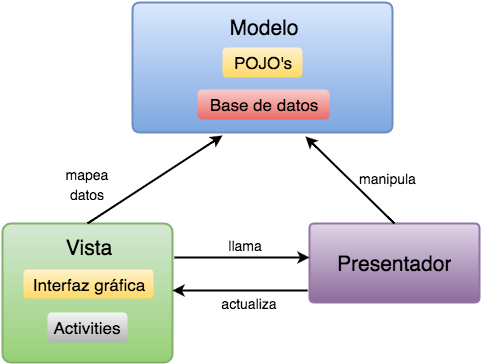
Above: imagenes/mvp.png in susana1710/libro-pasantia (draw.io), before the change. Source tidied: cells renumbered, new cells last; positions are measured from the earlier drawing's top-left corner, leaving out a move shared by most shapes.
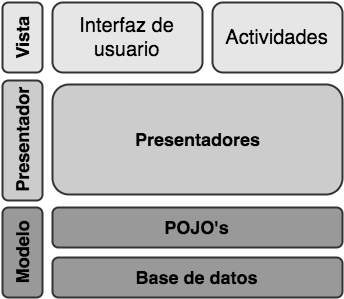
Later version of the same file.

Change to the diagram source:
```diff
@@ -2,67 +2,29 @@
   <root>
     <mxCell id="0" />
     <mxCell id="1" parent="0" />
-    <mxCell id="2" style="strokeWidth=2;html=1;shape=mxgraph.flowchart.process;whiteSpace=wrap;fontSize=17;plain-blue;" parent="1" vertex="1">
-      <mxGeometry x="130" width="260" height="130" as="geometry" />
-    </mxCell>
-    <mxCell id="3" style="strokeWidth=2;html=1;shape=mxgraph.flowchart.process;whiteSpace=wrap;fontSize=17;plain-green;" parent="1" vertex="1">
-      <mxGeometry y="221" width="170" height="139" as="geometry" />
-    </mxCell>
-    <mxCell id="4" style="strokeWidth=2;html=1;shape=mxgraph.flowchart.process;whiteSpace=wrap;fontSize=17;plain-purple;" parent="1" vertex="1">
-      <mxGeometry x="307" y="221" width="170" height="79" as="geometry" />
-    </mxCell>
-    <mxCell id="5" style="endArrow=classic;html=1;fontSize=17;exitX=1.018;exitY=0.217;exitPerimeter=0;strokeWidth=2;" parent="1" edge="1">
-      <mxGeometry x="172" y="252" as="geometry">
-        <mxPoint x="172" y="255" as="sourcePoint" />
-        <mxPoint x="307" y="255" as="targetPoint" />
-      </mxGeometry>
-    </mxCell>
-    <mxCell id="6" style="endArrow=none;html=1;fontSize=17;exitX=1.018;exitY=0.217;exitPerimeter=0;endFill=0;startArrow=classic;startFill=1;strokeWidth=2;" parent="1" edge="1">
-      <mxGeometry x="170" y="285" as="geometry">
-        <mxPoint x="170" y="288" as="sourcePoint" />
-        <mxPoint x="305" y="288" as="targetPoint" />
-      </mxGeometry>
-    </mxCell>
-    <mxCell id="7" style="endArrow=classic;html=1;fontSize=17;exitX=0.5;exitY=0;exitPerimeter=0;strokeWidth=2;" parent="1" edge="1" source="3">
-      <mxGeometry relative="1" as="geometry">
-        <mxPoint x="220" y="133" as="targetPoint" />
-      </mxGeometry>
-    </mxCell>
-    <mxCell id="8" style="endArrow=classic;html=1;fontSize=17;entryX=0.665;entryY=1.033;entryPerimeter=0;strokeWidth=2;exitX=0.5;exitY=0;exitPerimeter=0;" parent="1" edge="1" source="4" target="2">
-      <mxGeometry relative="1" as="geometry" />
-    </mxCell>
-    <mxCell id="9" value="&lt;font style=&quot;font-size: 14px&quot;&gt;llama&lt;/font&gt;" style="text;html=1;strokeColor=none;fillColor=none;align=center;verticalAlign=middle;whiteSpace=wrap;overflow=hidden;fontSize=17;" parent="1" vertex="1">
-      <mxGeometry x="215" y="231" width="55" height="20" as="geometry" />
-    </mxCell>
-    <mxCell id="10" value="&lt;font style=&quot;font-size: 14px&quot;&gt;actualiza&lt;/font&gt;" style="text;html=1;strokeColor=none;fillColor=none;align=center;verticalAlign=middle;whiteSpace=wrap;overflow=hidden;fontSize=17;" parent="1" vertex="1">
-      <mxGeometry x="214" y="289" width="65" height="20" as="geometry" />
-    </mxCell>
-    <mxCell id="11" value="&lt;font style=&quot;font-size: 14px&quot;&gt;manipula&lt;/font&gt;" style="text;html=1;strokeColor=none;fillColor=none;align=center;verticalAlign=middle;whiteSpace=wrap;overflow=hidden;fontSize=17;" parent="1" vertex="1">
-      <mxGeometry x="350" y="160" width="70" height="30" as="geometry" />
-    </mxCell>
-    <mxCell id="12" value="&lt;font style=&quot;font-size: 14px&quot;&gt;mapea datos&lt;/font&gt;" style="text;html=1;strokeColor=none;fillColor=none;align=center;verticalAlign=middle;whiteSpace=wrap;overflow=hidden;fontSize=17;" parent="1" vertex="1">
-      <mxGeometry x="50" y="160" width="70" height="40" as="geometry" />
-    </mxCell>
+    <mxCell id="15" value="&lt;font style=&quot;font-size: 18px&quot;&gt;&lt;b&gt;Base de datos&lt;/b&gt;&lt;/font&gt;" style="whiteSpace=wrap;html=1;rounded=1;shadow=0;glass=0;comic=0;strokeColor=#333333;strokeWidth=2;fillColor=#999999;fontSize=15;gradientColor=none;" parent="1" vertex="1">
+      <mxGeometry x="340" y="470" width="290" height="40" as="geometry" />
+    </mxCell>
-    <mxCell id="13" value="&lt;font style=&quot;font-size: 21px&quot;&gt;Modelo&lt;/font&gt;" style="text;html=1;strokeColor=none;fillColor=none;align=center;verticalAlign=middle;whiteSpace=wrap;overflow=hidden;fontSize=17;" parent="1" vertex="1">
-      <mxGeometry x="218" y="10" width="85" height="30" as="geometry" />
+    <mxCell id="13" value="&lt;font style=&quot;font-size: 18px&quot;&gt;&lt;b&gt;Modelo&lt;/b&gt;&lt;/font&gt;" style="rounded=1;whiteSpace=wrap;html=1;shadow=0;glass=0;comic=0;strokeColor=#333333;strokeWidth=2;fillColor=#999999;fontSize=15;horizontal=0;gradientColor=none;" parent="1" vertex="1">
+      <mxGeometry x="290" y="420" width="40" height="90" as="geometry" />
     </mxCell>
-    <mxCell id="14" value="POJO's" style="rounded=1;whiteSpace=wrap;html=1;fontSize=17;plain-yellow;strokeColor=none;" parent="1" vertex="1">
-      <mxGeometry x="220" y="45" width="80" height="30" as="geometry" />
+    <mxCell id="14" value="&lt;font style=&quot;font-size: 18px&quot;&gt;&lt;b&gt;POJO's&lt;/b&gt;&lt;/font&gt;" style="whiteSpace=wrap;html=1;rounded=1;shadow=0;glass=0;comic=0;strokeColor=#333333;strokeWidth=2;fillColor=#999999;fontSize=15;gradientColor=none;" parent="1" vertex="1">
+      <mxGeometry x="340" y="420" width="290" height="40" as="geometry" />
     </mxCell>
-    <mxCell id="15" value="Base de datos" style="rounded=1;whiteSpace=wrap;html=1;fontSize=17;plain-red;strokeColor=none;" parent="1" vertex="1">
-      <mxGeometry x="195" y="87" width="132" height="30" as="geometry" />
-    </mxCell>
+    <mxCell id="19" value="&lt;font style=&quot;font-size: 18px&quot;&gt;&lt;b&gt;Presentador&lt;/b&gt;&lt;/font&gt;" style="rounded=1;whiteSpace=wrap;html=1;shadow=0;glass=0;comic=0;strokeColor=#333333;strokeWidth=2;fillColor=#CCCCCC;gradientColor=none;fontSize=15;horizontal=0;" parent="1" vertex="1">
+      <mxGeometry x="290" y="293" width="40" height="120" as="geometry" />
+    </mxCell>
+    <mxCell id="20" value="&lt;font style=&quot;font-size: 18px&quot;&gt;&lt;b&gt;Presentadores&lt;/b&gt;&lt;/font&gt;" style="whiteSpace=wrap;html=1;rounded=1;shadow=0;glass=0;comic=0;strokeColor=#333333;strokeWidth=2;fillColor=#CCCCCC;gradientColor=none;fontSize=15;" parent="1" vertex="1">
+      <mxGeometry x="340" y="297" width="290" height="110" as="geometry" />
+    </mxCell>
-    <mxCell id="16" value="&lt;font style=&quot;font-size: 21px&quot;&gt;Vista&lt;/font&gt;" style="text;html=1;strokeColor=none;fillColor=none;align=center;verticalAlign=middle;whiteSpace=wrap;overflow=hidden;fontSize=17;" parent="1" vertex="1">
-      <mxGeometry x="58" y="231" width="55" height="29" as="geometry" />
+    <mxCell id="16" value="&lt;font style=&quot;font-size: 18px&quot;&gt;&lt;b&gt;Vista&lt;/b&gt;&lt;/font&gt;" style="rounded=1;whiteSpace=wrap;html=1;shadow=0;glass=0;comic=0;strokeColor=#333333;strokeWidth=2;fillColor=#E6E6E6;gradientColor=none;fontSize=15;horizontal=0;" parent="1" vertex="1">
+      <mxGeometry x="290" y="215" width="40" height="70" as="geometry" />
     </mxCell>
-    <mxCell id="17" value="Interfaz gráfica" style="rounded=1;whiteSpace=wrap;html=1;fontSize=17;plain-yellow;strokeColor=none;" parent="1" vertex="1">
-      <mxGeometry x="21" y="267" width="130" height="29" as="geometry" />
-    </mxCell>
-    <mxCell id="18" value="Activities" style="rounded=1;whiteSpace=wrap;html=1;fontSize=17;plain-gray;strokeColor=none;" parent="1" vertex="1">
-      <mxGeometry x="45" y="310" width="80" height="30" as="geometry" />
-    </mxCell>
-    <mxCell id="19" value="&lt;font style=&quot;font-size: 21px&quot;&gt;Presentador&lt;/font&gt;" style="text;html=1;strokeColor=none;fillColor=none;align=center;verticalAlign=middle;whiteSpace=wrap;overflow=hidden;fontSize=17;" parent="1" vertex="1">
-      <mxGeometry x="333" y="246" width="118" height="30" as="geometry" />
-    </mxCell>
+    <mxCell id="21" value="&lt;font style=&quot;font-size: 20px&quot;&gt;Interfaz de usuario&lt;/font&gt;" style="whiteSpace=wrap;html=1;rounded=1;shadow=0;glass=0;comic=0;strokeColor=#333333;strokeWidth=2;fillColor=#E6E6E6;gradientColor=none;fontSize=15;" parent="1" vertex="1">
+      <mxGeometry x="340" y="215" width="150" height="70" as="geometry" />
+    </mxCell>
+    <mxCell id="22" value="&lt;font style=&quot;font-size: 20px&quot;&gt;Actividades&lt;/font&gt;" style="whiteSpace=wrap;html=1;rounded=1;shadow=0;glass=0;comic=0;strokeColor=#333333;strokeWidth=2;fillColor=#E6E6E6;gradientColor=none;fontSize=15;" parent="1" vertex="1">
+      <mxGeometry x="500" y="215" width="130" height="70" as="geometry" />
+    </mxCell>
   </root>
 </mxGraphModel>
```
